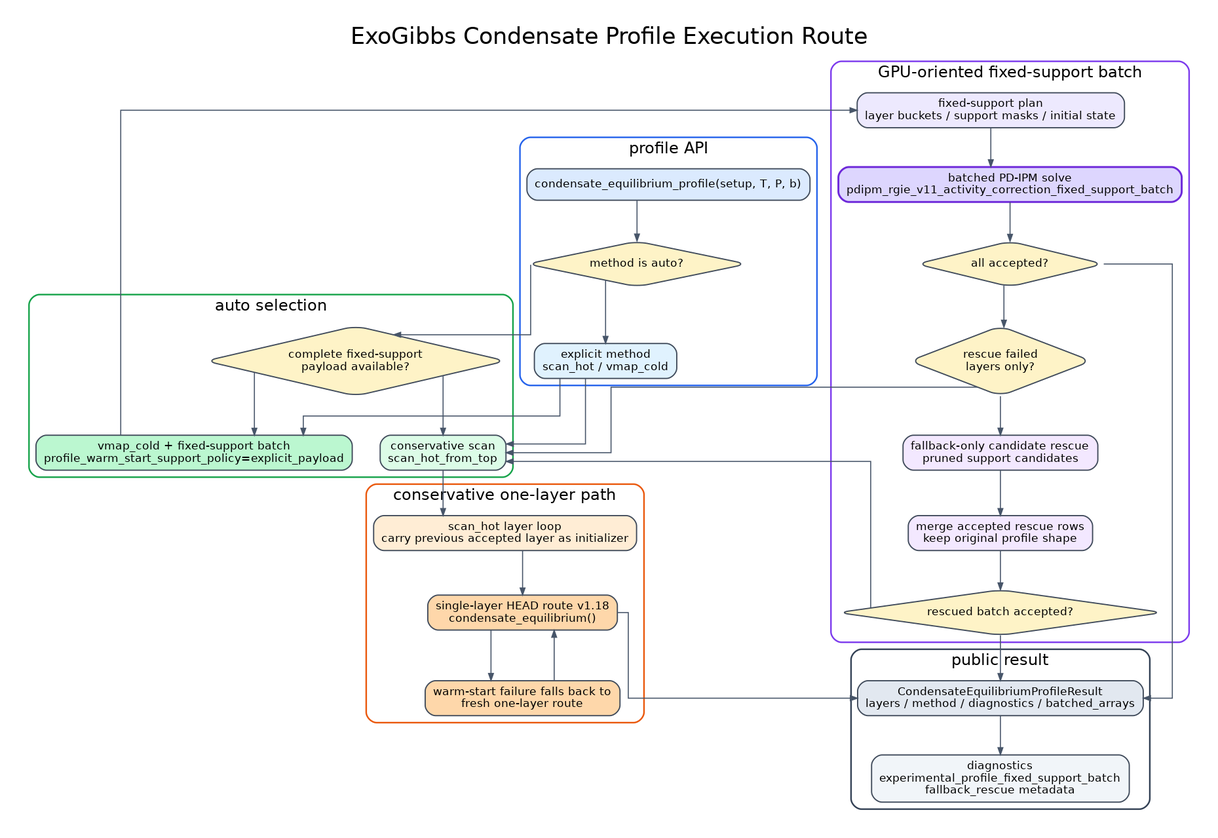
Above: documents/graphviz/condensate_profile_route_en.png in HajimeKawahara/exogibbs (Graphviz), before the change. Its source is kept beside it as documents/graphviz/condensate_profile_route_en.dot.
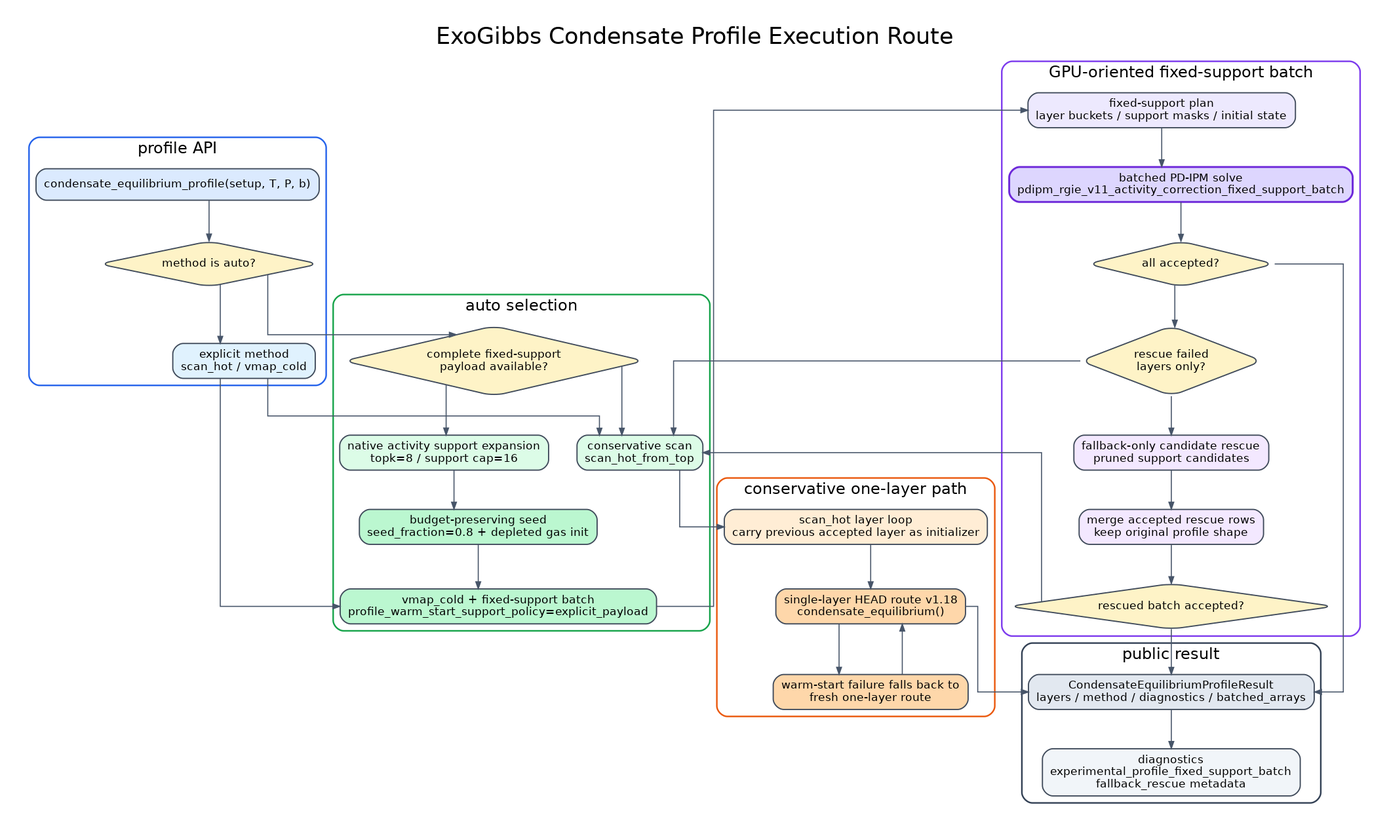
Above is the later version.

Commit message:
docs: document native activity profile defaults

What changed in the source:
```diff
@@ -64,6 +64,14 @@
       shape=diamond,
       label="complete fixed-support\npayload available?",
       fillcolor="#fef3c7"
+    ];
+    native_expand [
+      label="native activity support expansion\ntopk=8 / support cap=16",
+      fillcolor="#dcfce7"
+    ];
+    seed_depleted [
+      label="budget-preserving seed\nseed_fraction=0.8 + depleted gas init",
+      fillcolor="#bbf7d0"
     ];
     conservative_scan [
       label="conservative scan\nscan_hot_from_top",
@@ -163,7 +171,9 @@
   method_auto -> explicit_method;
   explicit_method -> conservative_scan;
   explicit_method -> vmap_fixed;
-  fixed_payload -> vmap_fixed;
+  fixed_payload -> native_expand;
+  native_expand -> seed_depleted;
+  seed_depleted -> vmap_fixed;
   fixed_payload -> conservative_scan;
   vmap_fixed -> build_plan;
   build_plan -> batch_solve;
```
